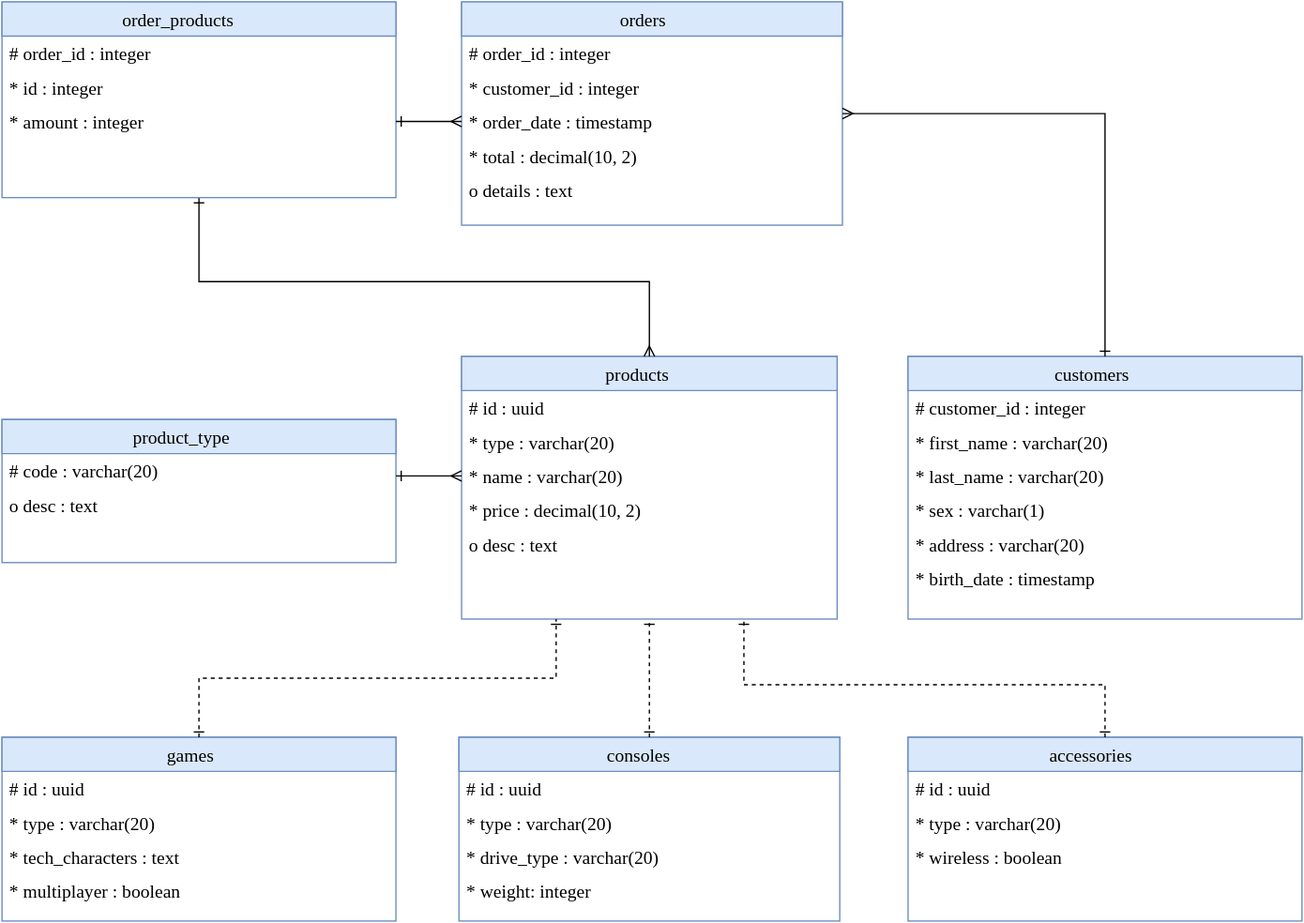
The draw.io diagram src/gameshop.svg in mans0ry/dbms-task, before a commit. Source tidied: cells renumbered, new cells last; positions are measured from the earlier drawing's top-left corner, leaving out a move shared by most shapes. Source of this version:
```xml
<mxGraphModel>
  <root>
    <mxCell id="0" style="html=1;" />
    <mxCell id="1" style="html=1;" parent="0" />
    <mxCell id="2" value="products" style="swimlane;html=1;fontStyle=0;horizontal=1;startSize=26;fillColor=#dae8fc;swimlaneFillColor=#ffffff;fontFamily=Gotham;fontSize=14;strokeColor=#6c8ebf;" parent="1" vertex="1">
      <mxGeometry x="350" y="270" width="286" height="200" as="geometry" />
    </mxCell>
    <mxCell id="3" value="# id : uuid" style="text;html=1;strokeColor=none;fillColor=none;align=left;verticalAlign=top;spacingLeft=4;spacingRight=4;whiteSpace=wrap;overflow=hidden;fontFamily=Gotham;fontSize=14;" parent="2" vertex="1">
      <mxGeometry y="26" width="286" height="26" as="geometry" />
    </mxCell>
    <mxCell id="4" value="* type&amp;nbsp;&lt;span&gt;: varchar(20)&lt;/span&gt;" style="text;html=1;strokeColor=none;fillColor=none;align=left;verticalAlign=top;spacingLeft=4;spacingRight=4;whiteSpace=wrap;overflow=hidden;fontFamily=Gotham;fontSize=14;" parent="2" vertex="1">
      <mxGeometry y="52" width="286" height="26" as="geometry" />
    </mxCell>
    <mxCell id="5" value="* name : varchar(20)" style="text;html=1;strokeColor=none;fillColor=none;align=left;verticalAlign=top;spacingLeft=4;spacingRight=4;whiteSpace=wrap;overflow=hidden;points=[[0,0.5],[1,0.5]];portConstraint=eastwest;fontFamily=Gotham;fontSize=14;" parent="2" vertex="1">
      <mxGeometry y="78" width="286" height="26" as="geometry" />
    </mxCell>
    <mxCell id="6" value="* price : decimal(10, 2)" style="text;html=1;strokeColor=none;fillColor=none;align=left;verticalAlign=top;spacingLeft=4;spacingRight=4;whiteSpace=wrap;overflow=hidden;fontFamily=Gotham;fontSize=14;" parent="2" vertex="1">
      <mxGeometry y="104" width="286" height="26" as="geometry" />
    </mxCell>
    <mxCell id="7" value="o desc : text" style="text;html=1;strokeColor=none;fillColor=none;align=left;verticalAlign=top;spacingLeft=4;spacingRight=4;whiteSpace=wrap;overflow=hidden;fontFamily=Gotham;fontSize=14;" parent="2" vertex="1">
      <mxGeometry y="130" width="286" height="26" as="geometry" />
    </mxCell>
    <mxCell id="8" value="games" style="swimlane;html=1;fontStyle=0;horizontal=1;startSize=26;fillColor=#dae8fc;swimlaneFillColor=#ffffff;fontFamily=Gotham;fontSize=14;strokeColor=#6c8ebf;" parent="1" vertex="1">
      <mxGeometry y="560" width="300" height="140" as="geometry" />
    </mxCell>
    <mxCell id="9" value="# id : uuid" style="text;html=1;strokeColor=none;fillColor=none;align=left;verticalAlign=top;spacingLeft=4;spacingRight=4;whiteSpace=wrap;overflow=hidden;fontFamily=Gotham;fontSize=14;" parent="8" vertex="1">
      <mxGeometry y="26" width="300" height="26" as="geometry" />
    </mxCell>
    <mxCell id="10" value="* type :&amp;nbsp;&lt;span&gt;varchar(20)&lt;/span&gt;" style="text;html=1;strokeColor=none;fillColor=none;align=left;verticalAlign=top;spacingLeft=4;spacingRight=4;whiteSpace=wrap;overflow=hidden;fontFamily=Gotham;fontSize=14;" parent="8" vertex="1">
      <mxGeometry y="52" width="300" height="26" as="geometry" />
    </mxCell>
    <mxCell id="11" value="* tech_characters : text" style="text;html=1;strokeColor=none;fillColor=none;align=left;verticalAlign=top;spacingLeft=4;spacingRight=4;whiteSpace=wrap;overflow=hidden;fontFamily=Gotham;fontSize=14;" parent="8" vertex="1">
      <mxGeometry y="78" width="300" height="26" as="geometry" />
    </mxCell>
    <mxCell id="12" value="* multiplayer : boolean" style="text;html=1;strokeColor=none;fillColor=none;align=left;verticalAlign=top;spacingLeft=4;spacingRight=4;whiteSpace=wrap;overflow=hidden;fontFamily=Gotham;fontSize=14;" parent="8" vertex="1">
      <mxGeometry y="104" width="300" height="26" as="geometry" />
    </mxCell>
    <mxCell id="13" value="consoles" style="swimlane;html=1;fontStyle=0;horizontal=1;startSize=26;fillColor=#dae8fc;swimlaneFillColor=#ffffff;fontFamily=Gotham;fontSize=14;strokeColor=#6c8ebf;" parent="1" vertex="1">
      <mxGeometry x="348" y="560" width="290" height="140" as="geometry" />
    </mxCell>
    <mxCell id="14" value="# id : uuid" style="text;html=1;strokeColor=none;fillColor=none;align=left;verticalAlign=top;spacingLeft=4;spacingRight=4;whiteSpace=wrap;overflow=hidden;fontFamily=Gotham;fontSize=14;" parent="13" vertex="1">
      <mxGeometry y="26" width="290" height="26" as="geometry" />
    </mxCell>
    <mxCell id="15" value="* type :&amp;nbsp;&lt;span&gt;varchar(20)&lt;/span&gt;" style="text;html=1;strokeColor=none;fillColor=none;align=left;verticalAlign=top;spacingLeft=4;spacingRight=4;whiteSpace=wrap;overflow=hidden;fontFamily=Gotham;fontSize=14;" parent="13" vertex="1">
      <mxGeometry y="52" width="290" height="26" as="geometry" />
    </mxCell>
    <mxCell id="16" value="* drive_type : varchar(20)" style="text;html=1;strokeColor=none;fillColor=none;align=left;verticalAlign=top;spacingLeft=4;spacingRight=4;whiteSpace=wrap;overflow=hidden;fontFamily=Gotham;fontSize=14;" parent="13" vertex="1">
      <mxGeometry y="78" width="290" height="26" as="geometry" />
    </mxCell>
    <mxCell id="17" value="* weight: integer" style="text;html=1;strokeColor=none;fillColor=none;align=left;verticalAlign=top;spacingLeft=4;spacingRight=4;whiteSpace=wrap;overflow=hidden;fontFamily=Gotham;fontSize=14;" parent="13" vertex="1">
      <mxGeometry y="104" width="290" height="26" as="geometry" />
    </mxCell>
    <mxCell id="18" value="accessories" style="swimlane;html=1;fontStyle=0;horizontal=1;startSize=26;fillColor=#dae8fc;swimlaneFillColor=#ffffff;fontFamily=Gotham;fontSize=14;strokeColor=#6c8ebf;" parent="1" vertex="1">
      <mxGeometry x="690" y="560" width="300" height="140" as="geometry" />
    </mxCell>
    <mxCell id="19" value="# id : uuid" style="text;html=1;strokeColor=none;fillColor=none;align=left;verticalAlign=top;spacingLeft=4;spacingRight=4;whiteSpace=wrap;overflow=hidden;fontFamily=Gotham;fontSize=14;" parent="18" vertex="1">
      <mxGeometry y="26" width="300" height="26" as="geometry" />
    </mxCell>
    <mxCell id="20" value="* type :&amp;nbsp;&lt;span&gt;varchar(20)&lt;/span&gt;" style="text;html=1;strokeColor=none;fillColor=none;align=left;verticalAlign=top;spacingLeft=4;spacingRight=4;whiteSpace=wrap;overflow=hidden;fontFamily=Gotham;fontSize=14;" parent="18" vertex="1">
      <mxGeometry y="52" width="300" height="26" as="geometry" />
    </mxCell>
    <mxCell id="21" value="* wireless : boolean" style="text;html=1;strokeColor=none;fillColor=none;align=left;verticalAlign=top;spacingLeft=4;spacingRight=4;whiteSpace=wrap;overflow=hidden;fontFamily=Gotham;fontSize=14;" parent="18" vertex="1">
      <mxGeometry y="78" width="300" height="26" as="geometry" />
    </mxCell>
    <mxCell id="22" value="customers" style="swimlane;html=1;fontStyle=0;horizontal=1;startSize=26;fillColor=#dae8fc;swimlaneFillColor=#ffffff;fontFamily=Gotham;fontSize=14;strokeColor=#6c8ebf;" parent="1" vertex="1">
      <mxGeometry x="690" y="270" width="300" height="200" as="geometry" />
    </mxCell>
    <mxCell id="23" value="# customer_id : integer" style="text;html=1;strokeColor=none;fillColor=none;align=left;verticalAlign=top;spacingLeft=4;spacingRight=4;whiteSpace=wrap;overflow=hidden;fontFamily=Gotham;fontSize=14;" parent="22" vertex="1">
      <mxGeometry y="26" width="300" height="26" as="geometry" />
    </mxCell>
    <mxCell id="24" value="* first_name : varchar(20)" style="text;html=1;strokeColor=none;fillColor=none;align=left;verticalAlign=top;spacingLeft=4;spacingRight=4;whiteSpace=wrap;overflow=hidden;fontFamily=Gotham;fontSize=14;" parent="22" vertex="1">
      <mxGeometry y="52" width="300" height="26" as="geometry" />
    </mxCell>
    <mxCell id="25" value="* last_name : varchar(20)" style="text;html=1;strokeColor=none;fillColor=none;align=left;verticalAlign=top;spacingLeft=4;spacingRight=4;whiteSpace=wrap;overflow=hidden;fontFamily=Gotham;fontSize=14;" parent="22" vertex="1">
      <mxGeometry y="78" width="300" height="26" as="geometry" />
    </mxCell>
    <mxCell id="26" value="* sex : varchar(1)" style="text;html=1;strokeColor=none;fillColor=none;align=left;verticalAlign=top;spacingLeft=4;spacingRight=4;whiteSpace=wrap;overflow=hidden;fontFamily=Gotham;fontSize=14;" parent="22" vertex="1">
      <mxGeometry y="104" width="300" height="26" as="geometry" />
    </mxCell>
    <mxCell id="27" value="* address :&amp;nbsp;&lt;span&gt;varchar(20)&lt;/span&gt;" style="text;html=1;strokeColor=none;fillColor=none;align=left;verticalAlign=top;spacingLeft=4;spacingRight=4;whiteSpace=wrap;overflow=hidden;fontFamily=Gotham;fontSize=14;" parent="22" vertex="1">
      <mxGeometry y="130" width="300" height="26" as="geometry" />
    </mxCell>
    <mxCell id="28" value="* birth_date :&amp;nbsp;&lt;span&gt;timestamp&lt;/span&gt;" style="text;html=1;strokeColor=none;fillColor=none;align=left;verticalAlign=top;spacingLeft=4;spacingRight=4;whiteSpace=wrap;overflow=hidden;fontFamily=Gotham;fontSize=14;" parent="22" vertex="1">
      <mxGeometry y="156" width="300" height="26" as="geometry" />
    </mxCell>
    <mxCell id="29" value="product_type" style="swimlane;html=1;fontStyle=0;horizontal=1;startSize=26;fillColor=#dae8fc;swimlaneFillColor=#ffffff;fontFamily=Gotham;fontSize=14;strokeColor=#6c8ebf;" parent="1" vertex="1">
      <mxGeometry y="318" width="300" height="109" as="geometry" />
    </mxCell>
    <mxCell id="30" value="# code&amp;nbsp;&lt;span&gt;: varchar(20)&lt;/span&gt;" style="text;html=1;strokeColor=none;fillColor=none;align=left;verticalAlign=top;spacingLeft=4;spacingRight=4;whiteSpace=wrap;overflow=hidden;fontFamily=Gotham;fontSize=14;" parent="29" vertex="1">
      <mxGeometry y="26" width="300" height="26" as="geometry" />
    </mxCell>
    <mxCell id="31" value="o desc : text" style="text;html=1;strokeColor=none;fillColor=none;align=left;verticalAlign=top;spacingLeft=4;spacingRight=4;whiteSpace=wrap;overflow=hidden;fontFamily=Gotham;fontSize=14;" parent="29" vertex="1">
      <mxGeometry y="52" width="300" height="26" as="geometry" />
    </mxCell>
    <mxCell id="32" style="edgeStyle=elbowEdgeStyle;rounded=0;elbow=vertical;html=1;entryX=0;entryY=0.5;startArrow=ERone;startFill=0;endArrow=ERmany;endFill=0;jettySize=auto;strokeColor=#000000;fontFamily=Gotham;fontSize=14;" parent="1" edge="1" source="29" target="5">
      <mxGeometry relative="1" as="geometry" />
    </mxCell>
    <mxCell id="33" style="endArrow=ERone;startArrow=ERone;endFill=0;startFill=0;html=1;fontFamily=Gotham;fontSize=14;entryX=0.5;entryY=1;exitX=0.5;exitY=0;sourcePerimeterSpacing=0;dashed=1;" parent="1" edge="1" source="13" target="2">
      <mxGeometry relative="1" as="geometry" />
    </mxCell>
    <mxCell id="34" style="endArrow=ERone;startArrow=ERone;endFill=0;startFill=0;html=1;fontFamily=Gotham;fontSize=14;exitX=0.5;exitY=0;strokeColor=#000000;entryX=0.75;entryY=1;rounded=0;dashed=1;" parent="1" edge="1" source="18" target="2">
      <mxGeometry x="-494.6" y="495.8" as="geometry">
        <Array as="points">
          <mxPoint x="840" y="520" />
          <mxPoint x="565" y="520" />
        </Array>
      </mxGeometry>
    </mxCell>
    <mxCell id="35" value="orders" style="swimlane;html=1;fontStyle=0;horizontal=1;startSize=26;fillColor=#dae8fc;swimlaneFillColor=#ffffff;fontFamily=Gotham;fontSize=14;strokeColor=#6c8ebf;" parent="1" vertex="1">
      <mxGeometry x="350" width="290" height="170" as="geometry" />
    </mxCell>
    <mxCell id="36" value="# order_id&amp;nbsp;&lt;span&gt;: integer&lt;/span&gt;" style="text;html=1;strokeColor=none;fillColor=none;align=left;verticalAlign=top;spacingLeft=4;spacingRight=4;whiteSpace=wrap;overflow=hidden;fontFamily=Gotham;fontSize=14;" parent="35" vertex="1">
      <mxGeometry y="26" width="290" height="26" as="geometry" />
    </mxCell>
    <mxCell id="37" value="* customer_id : integer" style="text;html=1;strokeColor=none;fillColor=none;align=left;verticalAlign=top;spacingLeft=4;spacingRight=4;whiteSpace=wrap;overflow=hidden;fontFamily=Gotham;fontSize=14;" parent="35" vertex="1">
      <mxGeometry y="52" width="290" height="26" as="geometry" />
    </mxCell>
    <mxCell id="38" value="* order_date : timestamp" style="text;html=1;strokeColor=none;fillColor=none;align=left;verticalAlign=top;spacingLeft=4;spacingRight=4;whiteSpace=wrap;overflow=hidden;points=[[0,0.5],[1,0.5]];portConstraint=eastwest;fontFamily=Gotham;fontSize=14;" parent="35" vertex="1">
      <mxGeometry y="78" width="290" height="26" as="geometry" />
    </mxCell>
    <mxCell id="39" value="* total : decimal(10, 2)" style="text;html=1;strokeColor=none;fillColor=none;align=left;verticalAlign=top;spacingLeft=4;spacingRight=4;whiteSpace=wrap;overflow=hidden;fontFamily=Gotham;fontSize=14;" parent="35" vertex="1">
      <mxGeometry y="104" width="290" height="26" as="geometry" />
    </mxCell>
    <mxCell id="40" value="o details : text" style="text;html=1;strokeColor=none;fillColor=none;align=left;verticalAlign=top;spacingLeft=4;spacingRight=4;whiteSpace=wrap;overflow=hidden;fontFamily=Gotham;fontSize=14;" parent="35" vertex="1">
      <mxGeometry y="130" width="290" height="26" as="geometry" />
    </mxCell>
    <mxCell id="41" style="edgeStyle=orthogonalEdgeStyle;rounded=0;html=1;entryX=0.5;entryY=0;startArrow=ERone;startFill=0;endArrow=ERmany;endFill=0;jettySize=auto;strokeColor=#000000;fontFamily=Gotham;fontSize=14;exitX=0.5;exitY=1;" parent="1" edge="1" source="42" target="2">
      <mxGeometry relative="1" as="geometry">
        <Array as="points">
          <mxPoint x="190" y="213" />
          <mxPoint x="483" y="213" />
        </Array>
      </mxGeometry>
    </mxCell>
    <mxCell id="42" value="order_products" style="swimlane;html=1;fontStyle=0;horizontal=1;startSize=26;fillColor=#dae8fc;swimlaneFillColor=#ffffff;fontFamily=Gotham;fontSize=14;strokeColor=#6c8ebf;" parent="1" vertex="1">
      <mxGeometry width="300" height="149" as="geometry" />
    </mxCell>
    <mxCell id="43" value="# order_id&amp;nbsp;&lt;span&gt;: integer&lt;/span&gt;" style="text;html=1;strokeColor=none;fillColor=none;align=left;verticalAlign=top;spacingLeft=4;spacingRight=4;whiteSpace=wrap;overflow=hidden;fontFamily=Gotham;fontSize=14;" parent="42" vertex="1">
      <mxGeometry y="26" width="300" height="26" as="geometry" />
    </mxCell>
    <mxCell id="44" value="* id : integer" style="text;html=1;strokeColor=none;fillColor=none;align=left;verticalAlign=top;spacingLeft=4;spacingRight=4;whiteSpace=wrap;overflow=hidden;fontFamily=Gotham;fontSize=14;" parent="42" vertex="1">
      <mxGeometry y="52" width="300" height="26" as="geometry" />
    </mxCell>
    <mxCell id="45" value="* amount : integer" style="text;html=1;strokeColor=none;fillColor=none;align=left;verticalAlign=top;spacingLeft=4;spacingRight=4;whiteSpace=wrap;overflow=hidden;fontFamily=Gotham;fontSize=14;" parent="42" vertex="1">
      <mxGeometry y="78" width="300" height="26" as="geometry" />
    </mxCell>
    <mxCell id="46" style="edgeStyle=elbowEdgeStyle;rounded=0;elbow=vertical;html=1;entryX=0;entryY=0.5;startArrow=ERone;startFill=0;endArrow=ERmany;endFill=0;jettySize=auto;strokeColor=#000000;fontFamily=Gotham;fontSize=14;" parent="1" edge="1" source="42" target="38">
      <mxGeometry relative="1" as="geometry" />
    </mxCell>
    <mxCell id="47" style="edgeStyle=elbowEdgeStyle;rounded=0;elbow=vertical;html=1;entryX=0.5;entryY=0;startArrow=ERmany;startFill=0;endArrow=ERone;endFill=0;jettySize=auto;strokeColor=#000000;fontFamily=Gotham;fontSize=14;" parent="1" edge="1" source="35" target="22">
      <mxGeometry relative="1" as="geometry">
        <Array as="points">
          <mxPoint x="750" y="85" />
        </Array>
      </mxGeometry>
    </mxCell>
    <mxCell id="48" style="edgeStyle=elbowEdgeStyle;rounded=0;elbow=vertical;html=1;entryX=0.25;entryY=1;startArrow=ERone;startFill=0;endArrow=ERone;endFill=0;jettySize=auto;strokeColor=#000000;fontFamily=Gotham;fontSize=14;dashed=1;" parent="1" edge="1" source="8" target="2">
      <mxGeometry relative="1" as="geometry" />
    </mxCell>
  </root>
</mxGraphModel>
```
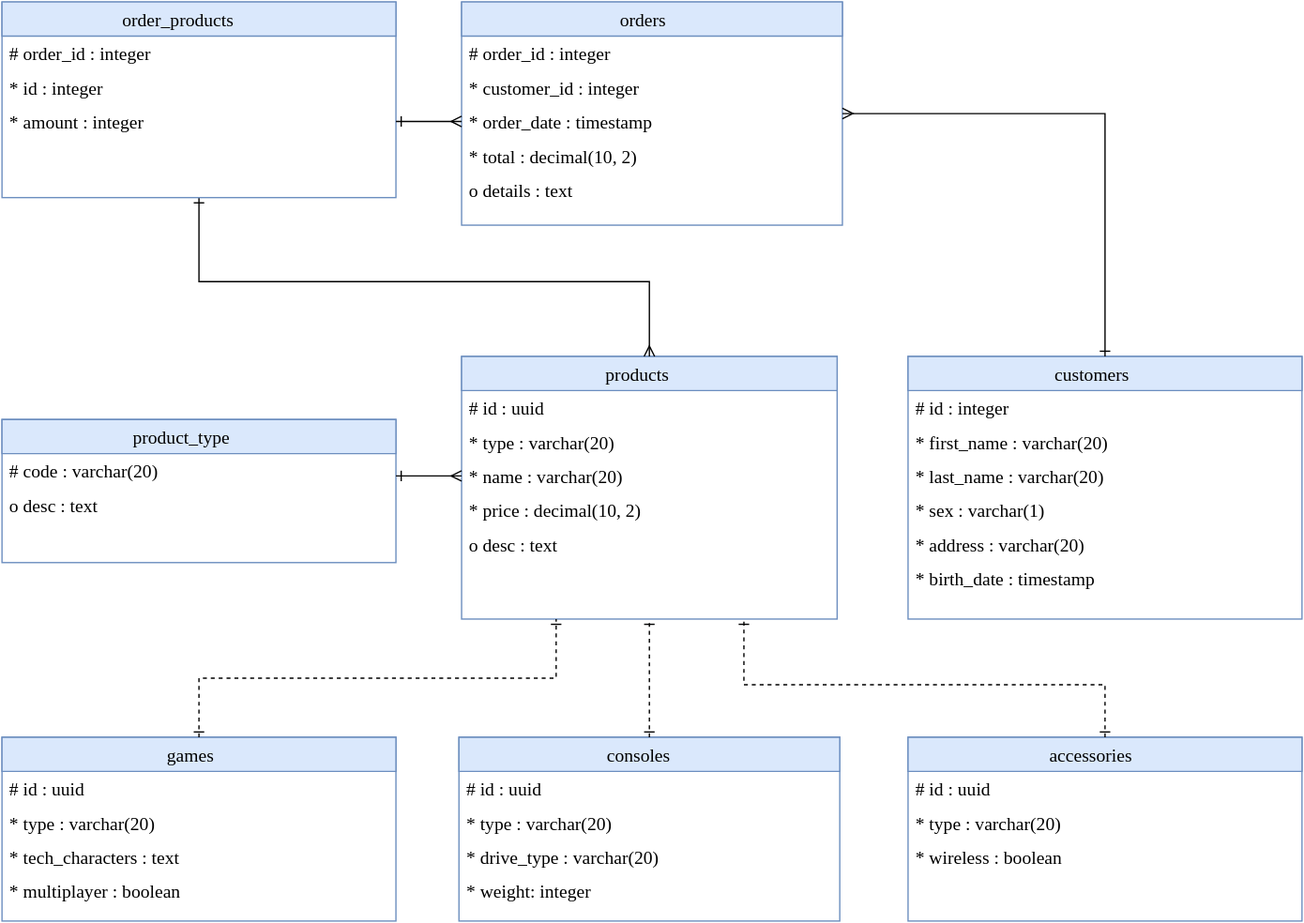
After the change.

Change to the diagram source:
```diff
@@ -65,7 +65,7 @@
     <mxCell id="22" value="customers" style="swimlane;html=1;fontStyle=0;horizontal=1;startSize=26;fillColor=#dae8fc;swimlaneFillColor=#ffffff;fontFamily=Gotham;fontSize=14;strokeColor=#6c8ebf;" parent="1" vertex="1">
       <mxGeometry x="690" y="270" width="300" height="200" as="geometry" />
     </mxCell>
-    <mxCell id="23" value="# customer_id : integer" style="text;html=1;strokeColor=none;fillColor=none;align=left;verticalAlign=top;spacingLeft=4;spacingRight=4;whiteSpace=wrap;overflow=hidden;fontFamily=Gotham;fontSize=14;" parent="22" vertex="1">
+    <mxCell id="23" value="# id : integer" style="text;html=1;strokeColor=none;fillColor=none;align=left;verticalAlign=top;spacingLeft=4;spacingRight=4;whiteSpace=wrap;overflow=hidden;fontFamily=Gotham;fontSize=14;" parent="22" vertex="1">
       <mxGeometry y="26" width="300" height="26" as="geometry" />
     </mxCell>
     <mxCell id="24" value="* first_name : varchar(20)" style="text;html=1;strokeColor=none;fillColor=none;align=left;verticalAlign=top;spacingLeft=4;spacingRight=4;whiteSpace=wrap;overflow=hidden;fontFamily=Gotham;fontSize=14;" parent="22" vertex="1">
```
